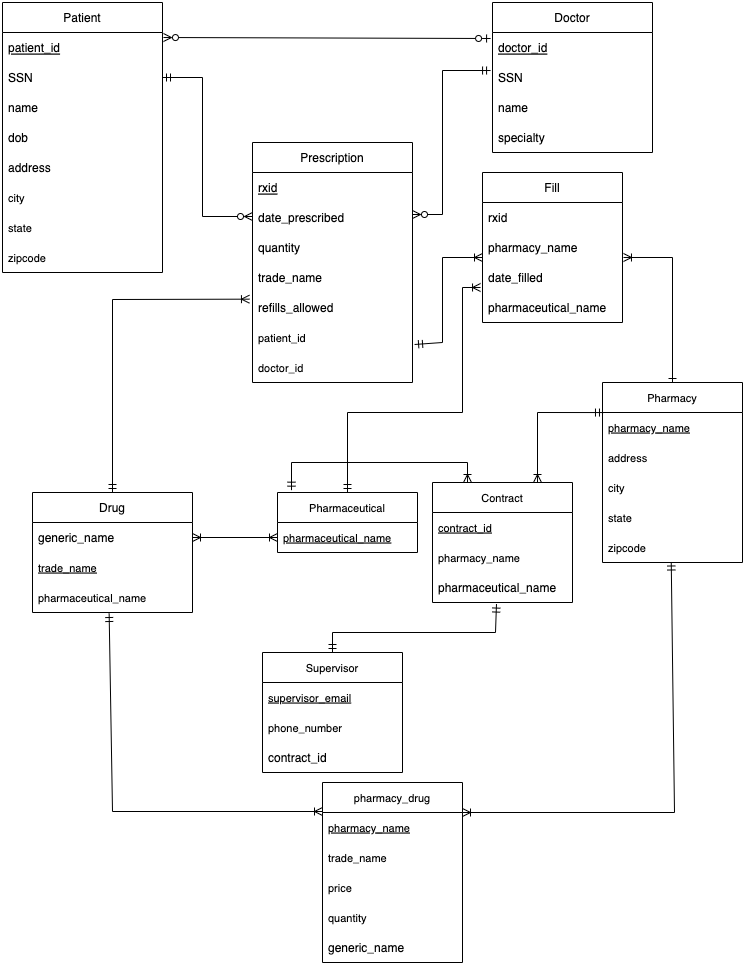
Above: P1Project.drawio.png in mattf4171/pharmaceuticalDB (draw.io), before the change. Source tidied: cells renumbered, new cells last; positions are measured from the earlier drawing's top-left corner, leaving out a move shared by most shapes. The source it was exported from:
```xml
<mxGraphModel>
  <root>
    <mxCell id="0" />
    <mxCell id="1" parent="0" />
    <mxCell id="2" value="Patient" style="swimlane;fontStyle=0;horizontal=1;startSize=30;" parent="1" vertex="1">
      <mxGeometry width="160" height="270" as="geometry" />
    </mxCell>
    <mxCell id="3" value="patient_id" style="text;strokeColor=none;fillColor=none;align=left;verticalAlign=middle;spacingLeft=4;spacingRight=4;overflow=hidden;points=[[0,0.5],[1,0.5]];portConstraint=eastwest;fontStyle=4;" parent="2" vertex="1">
      <mxGeometry y="30" width="160" height="30" as="geometry" />
    </mxCell>
    <mxCell id="4" value="SSN" style="text;strokeColor=none;fillColor=none;align=left;verticalAlign=middle;spacingLeft=4;spacingRight=4;overflow=hidden;points=[[0,0.5],[1,0.5]];portConstraint=eastwest;" parent="2" vertex="1">
      <mxGeometry y="60" width="160" height="30" as="geometry" />
    </mxCell>
    <mxCell id="5" value="name" style="text;strokeColor=none;fillColor=none;align=left;verticalAlign=middle;spacingLeft=4;spacingRight=4;overflow=hidden;" parent="2" vertex="1">
      <mxGeometry y="90" width="160" height="30" as="geometry" />
    </mxCell>
    <mxCell id="6" value="dob" style="text;strokeColor=none;fillColor=none;align=left;verticalAlign=middle;spacingLeft=4;spacingRight=4;overflow=hidden;" parent="2" vertex="1">
      <mxGeometry y="120" width="160" height="30" as="geometry" />
    </mxCell>
    <mxCell id="7" value="address" style="text;strokeColor=none;fillColor=none;align=left;verticalAlign=middle;spacingLeft=4;spacingRight=4;overflow=hidden;fontStyle=0;" parent="2" vertex="1">
      <mxGeometry y="150" width="160" height="30" as="geometry" />
    </mxCell>
    <mxCell id="8" value="city" style="text;strokeColor=none;fillColor=none;align=left;verticalAlign=middle;spacingLeft=4;spacingRight=4;overflow=hidden;fontSize=11;" parent="2" vertex="1">
      <mxGeometry y="180" width="160" height="30" as="geometry" />
    </mxCell>
    <mxCell id="9" value="state" style="text;strokeColor=none;fillColor=none;align=left;verticalAlign=middle;spacingLeft=4;spacingRight=4;overflow=hidden;fontSize=11;" parent="2" vertex="1">
      <mxGeometry y="210" width="160" height="30" as="geometry" />
    </mxCell>
    <mxCell id="10" value="zipcode" style="text;strokeColor=none;fillColor=none;align=left;verticalAlign=middle;spacingLeft=4;spacingRight=4;overflow=hidden;fontSize=11;" parent="2" vertex="1">
      <mxGeometry y="240" width="160" height="30" as="geometry" />
    </mxCell>
    <mxCell id="11" value="Doctor" style="swimlane;fontStyle=0;horizontal=1;startSize=30;" parent="1" vertex="1">
      <mxGeometry x="490" width="160" height="150" as="geometry" />
    </mxCell>
    <mxCell id="12" value="doctor_id" style="text;strokeColor=none;fillColor=none;align=left;verticalAlign=middle;spacingLeft=4;spacingRight=4;overflow=hidden;points=[[0,0.5],[1,0.5]];portConstraint=eastwest;fontStyle=4;" parent="11" vertex="1">
      <mxGeometry y="30" width="160" height="30" as="geometry" />
    </mxCell>
    <mxCell id="13" value="SSN" style="text;strokeColor=none;fillColor=none;align=left;verticalAlign=middle;spacingLeft=4;spacingRight=4;overflow=hidden;points=[[0,0.5],[1,0.5]];portConstraint=eastwest;" parent="11" vertex="1">
      <mxGeometry y="60" width="160" height="30" as="geometry" />
    </mxCell>
    <mxCell id="14" value="name" style="text;strokeColor=none;fillColor=none;align=left;verticalAlign=middle;spacingLeft=4;spacingRight=4;overflow=hidden;" parent="11" vertex="1">
      <mxGeometry y="90" width="160" height="30" as="geometry" />
    </mxCell>
    <mxCell id="15" value="specialty" style="text;strokeColor=none;fillColor=none;align=left;verticalAlign=middle;spacingLeft=4;spacingRight=4;overflow=hidden;" parent="11" vertex="1">
      <mxGeometry y="120" width="160" height="30" as="geometry" />
    </mxCell>
    <mxCell id="16" style="endArrow=ERzeroToOne;html=1;rounded=0;exitX=1.006;exitY=0.167;exitDx=0;exitDy=0;exitPerimeter=0;entryX=-0.012;entryY=0.2;entryDx=0;entryDy=0;entryPerimeter=0;endFill=0;startArrow=ERzeroToMany;startFill=0;" parent="1" edge="1" source="3" target="12">
      <mxGeometry relative="1" as="geometry" />
    </mxCell>
    <mxCell id="17" value="Prescription" style="swimlane;fontStyle=0;horizontal=1;startSize=30;" parent="1" vertex="1">
      <mxGeometry x="250" y="140" width="160" height="240" as="geometry" />
    </mxCell>
    <mxCell id="18" value="rxid" style="text;strokeColor=none;fillColor=none;align=left;verticalAlign=middle;spacingLeft=4;spacingRight=4;overflow=hidden;fontStyle=4;" parent="17" vertex="1">
      <mxGeometry y="30" width="160" height="30" as="geometry" />
    </mxCell>
    <mxCell id="19" value="date_prescribed" style="text;strokeColor=none;fillColor=none;align=left;verticalAlign=middle;spacingLeft=4;spacingRight=4;overflow=hidden;" parent="17" vertex="1">
      <mxGeometry y="60" width="160" height="30" as="geometry" />
    </mxCell>
    <mxCell id="20" value="quantity" style="text;strokeColor=none;fillColor=none;align=left;verticalAlign=middle;spacingLeft=4;spacingRight=4;overflow=hidden;" parent="17" vertex="1">
      <mxGeometry y="90" width="160" height="30" as="geometry" />
    </mxCell>
    <mxCell id="21" value="trade_name" style="text;strokeColor=none;fillColor=none;align=left;verticalAlign=middle;spacingLeft=4;spacingRight=4;overflow=hidden;fontStyle=0;" parent="17" vertex="1">
      <mxGeometry y="120" width="160" height="30" as="geometry" />
    </mxCell>
    <mxCell id="22" value="refills_allowed" style="text;strokeColor=none;fillColor=none;align=left;verticalAlign=middle;spacingLeft=4;spacingRight=4;overflow=hidden;points=[[0,0.5],[1,0.5]];portConstraint=eastwest;" parent="17" vertex="1">
      <mxGeometry y="150" width="160" height="30" as="geometry" />
    </mxCell>
    <mxCell id="23" value="patient_id" style="text;strokeColor=none;fillColor=none;align=left;verticalAlign=middle;spacingLeft=4;spacingRight=4;overflow=hidden;points=[[0,0.5],[1,0.5]];portConstraint=eastwest;fontSize=11;" parent="17" vertex="1">
      <mxGeometry y="180" width="160" height="30" as="geometry" />
    </mxCell>
    <mxCell id="24" value="doctor_id" style="text;strokeColor=none;fillColor=none;align=left;verticalAlign=middle;spacingLeft=4;spacingRight=4;overflow=hidden;fontSize=11;" parent="17" vertex="1">
      <mxGeometry y="210" width="160" height="30" as="geometry" />
    </mxCell>
    <mxCell id="25" value="Drug" style="swimlane;fontStyle=0;horizontal=1;startSize=30;" parent="1" vertex="1">
      <mxGeometry x="30" y="490" width="160" height="120" as="geometry" />
    </mxCell>
    <mxCell id="26" value="generic_name" style="text;strokeColor=none;fillColor=none;align=left;verticalAlign=middle;spacingLeft=4;spacingRight=4;overflow=hidden;points=[[0,0.5],[1,0.5]];portConstraint=eastwest;fontStyle=0;" parent="25" vertex="1">
      <mxGeometry y="30" width="160" height="30" as="geometry" />
    </mxCell>
    <mxCell id="27" value="trade_name" style="text;strokeColor=none;fillColor=none;align=left;verticalAlign=middle;spacingLeft=4;spacingRight=4;overflow=hidden;fontSize=11;fontStyle=4;" parent="25" vertex="1">
      <mxGeometry y="60" width="160" height="30" as="geometry" />
    </mxCell>
    <mxCell id="28" value="pharmaceutical_name" style="text;strokeColor=none;fillColor=none;align=left;verticalAlign=middle;spacingLeft=4;spacingRight=4;overflow=hidden;points=[[0,0.5],[1,0.5]];portConstraint=eastwest;fontSize=11;" parent="25" vertex="1">
      <mxGeometry y="90" width="160" height="30" as="geometry" />
    </mxCell>
    <mxCell id="29" style="endArrow=ERmandOne;html=1;rounded=0;entryX=1;entryY=0.5;entryDx=0;entryDy=0;endFill=0;startArrow=ERzeroToMany;startFill=0;" parent="1" edge="1" target="4">
      <mxGeometry relative="1" as="geometry">
        <mxPoint x="250" y="214" as="sourcePoint" />
        <Array as="points">
          <mxPoint x="200" y="214" />
          <mxPoint x="200" y="75" />
        </Array>
      </mxGeometry>
    </mxCell>
    <mxCell id="30" style="endArrow=ERmandOne;html=1;rounded=0;entryX=-0.012;entryY=0.267;entryDx=0;entryDy=0;endFill=0;startArrow=ERzeroToMany;startFill=0;entryPerimeter=0;" parent="1" edge="1" target="13">
      <mxGeometry relative="1" as="geometry">
        <mxPoint x="410" y="212" as="sourcePoint" />
        <Array as="points">
          <mxPoint x="440" y="212" />
          <mxPoint x="440" y="68" />
        </Array>
      </mxGeometry>
    </mxCell>
    <mxCell id="31" value="Pharmacy" style="swimlane;fontStyle=0;horizontal=1;startSize=30;fontSize=11;" parent="1" vertex="1">
      <mxGeometry x="600" y="380" width="140" height="180" as="geometry" />
    </mxCell>
    <mxCell id="32" value="pharmacy_name" style="text;strokeColor=none;fillColor=none;align=left;verticalAlign=middle;spacingLeft=4;spacingRight=4;overflow=hidden;fontSize=11;fontStyle=4;" parent="31" vertex="1">
      <mxGeometry y="30" width="140" height="30" as="geometry" />
    </mxCell>
    <mxCell id="33" value="address" style="text;strokeColor=none;fillColor=none;align=left;verticalAlign=middle;spacingLeft=4;spacingRight=4;overflow=hidden;fontSize=11;" parent="31" vertex="1">
      <mxGeometry y="60" width="140" height="30" as="geometry" />
    </mxCell>
    <mxCell id="34" value="city" style="text;strokeColor=none;fillColor=none;align=left;verticalAlign=middle;spacingLeft=4;spacingRight=4;overflow=hidden;fontSize=11;" parent="31" vertex="1">
      <mxGeometry y="90" width="140" height="30" as="geometry" />
    </mxCell>
    <mxCell id="35" value="state" style="text;strokeColor=none;fillColor=none;align=left;verticalAlign=middle;spacingLeft=4;spacingRight=4;overflow=hidden;fontSize=11;" parent="31" vertex="1">
      <mxGeometry y="120" width="140" height="30" as="geometry" />
    </mxCell>
    <mxCell id="36" value="zipcode" style="text;strokeColor=none;fillColor=none;align=left;verticalAlign=middle;spacingLeft=4;spacingRight=4;overflow=hidden;points=[[0,0.5],[1,0.5]];portConstraint=eastwest;fontSize=11;" parent="31" vertex="1">
      <mxGeometry y="150" width="140" height="30" as="geometry" />
    </mxCell>
    <mxCell id="37" value="Pharmaceutical" style="swimlane;fontStyle=0;horizontal=1;startSize=30;fontSize=11;" parent="1" vertex="1">
      <mxGeometry x="275" y="490" width="140" height="60" as="geometry" />
    </mxCell>
    <mxCell id="38" value="pharmaceutical_name" style="text;strokeColor=none;fillColor=none;align=left;verticalAlign=middle;spacingLeft=4;spacingRight=4;overflow=hidden;points=[[0,0.5],[1,0.5]];portConstraint=eastwest;fontSize=11;fontStyle=4;" parent="37" vertex="1">
      <mxGeometry y="30" width="140" height="30" as="geometry" />
    </mxCell>
    <mxCell id="39" value="Supervisor" style="swimlane;fontStyle=0;horizontal=1;startSize=30;fontSize=11;" parent="1" vertex="1">
      <mxGeometry x="260" y="650" width="140" height="120" as="geometry" />
    </mxCell>
    <mxCell id="40" value="supervisor_email" style="text;strokeColor=none;fillColor=none;align=left;verticalAlign=middle;spacingLeft=4;spacingRight=4;overflow=hidden;fontSize=11;fontStyle=4;" parent="39" vertex="1">
      <mxGeometry y="30" width="140" height="30" as="geometry" />
    </mxCell>
    <mxCell id="41" value="phone_number" style="text;strokeColor=none;fillColor=none;align=left;verticalAlign=middle;spacingLeft=4;spacingRight=4;overflow=hidden;fontSize=11;" parent="39" vertex="1">
      <mxGeometry y="60" width="140" height="30" as="geometry" />
    </mxCell>
    <mxCell id="42" value="contract_id" style="text;strokeColor=none;fillColor=none;align=left;verticalAlign=middle;spacingLeft=4;spacingRight=4;overflow=hidden;" parent="39" vertex="1">
      <mxGeometry y="90" width="140" height="30" as="geometry" />
    </mxCell>
    <mxCell id="43" style="endArrow=ERmandOne;html=1;rounded=0;fontSize=11;entryX=0.5;entryY=0;entryDx=0;entryDy=0;endFill=0;exitX=0.457;exitY=1.052;exitDx=0;exitDy=0;exitPerimeter=0;startArrow=ERmandOne;startFill=0;" parent="1" edge="1" source="57" target="39">
      <mxGeometry relative="1" as="geometry">
        <Array as="points">
          <mxPoint x="493" y="630" />
          <mxPoint x="330" y="630" />
        </Array>
      </mxGeometry>
    </mxCell>
    <mxCell id="44" value="pharmacy_drug" style="swimlane;fontStyle=0;horizontal=1;startSize=30;fontSize=11;" parent="1" vertex="1">
      <mxGeometry x="320" y="780" width="140" height="180" as="geometry" />
    </mxCell>
    <mxCell id="45" value="pharmacy_name" style="text;strokeColor=none;fillColor=none;align=left;verticalAlign=middle;spacingLeft=4;spacingRight=4;overflow=hidden;fontSize=11;fontStyle=4;" parent="44" vertex="1">
      <mxGeometry y="30" width="140" height="30" as="geometry" />
    </mxCell>
    <mxCell id="46" value="trade_name" style="text;strokeColor=none;fillColor=none;align=left;verticalAlign=middle;spacingLeft=4;spacingRight=4;overflow=hidden;fontSize=11;fontStyle=0;" parent="44" vertex="1">
      <mxGeometry y="60" width="140" height="30" as="geometry" />
    </mxCell>
    <mxCell id="47" value="price" style="text;strokeColor=none;fillColor=none;align=left;verticalAlign=middle;spacingLeft=4;spacingRight=4;overflow=hidden;fontSize=11;" parent="44" vertex="1">
      <mxGeometry y="90" width="140" height="30" as="geometry" />
    </mxCell>
    <mxCell id="48" value="quantity" style="text;strokeColor=none;fillColor=none;align=left;verticalAlign=middle;spacingLeft=4;spacingRight=4;overflow=hidden;fontSize=11;" parent="44" vertex="1">
      <mxGeometry y="120" width="140" height="30" as="geometry" />
    </mxCell>
    <mxCell id="49" value="generic_name" style="text;strokeColor=none;fillColor=none;align=left;verticalAlign=middle;spacingLeft=4;spacingRight=4;overflow=hidden;" parent="44" vertex="1">
      <mxGeometry y="150" width="140" height="30" as="geometry" />
    </mxCell>
    <mxCell id="50" style="endArrow=ERoneToMany;html=1;rounded=0;fontSize=11;endFill=0;startArrow=ERmandOne;startFill=0;exitX=0.479;exitY=1.034;exitDx=0;exitDy=0;exitPerimeter=0;" parent="1" edge="1" source="28">
      <mxGeometry relative="1" as="geometry">
        <mxPoint x="320" y="809" as="targetPoint" />
        <Array as="points">
          <mxPoint x="110" y="809" />
        </Array>
      </mxGeometry>
    </mxCell>
    <mxCell id="51" style="endArrow=ERmandOne;html=1;rounded=0;fontSize=11;endFill=0;startArrow=ERoneToMany;startFill=0;entryX=0.491;entryY=0.983;entryDx=0;entryDy=0;entryPerimeter=0;" parent="1" edge="1" target="36">
      <mxGeometry relative="1" as="geometry">
        <mxPoint x="460" y="810" as="sourcePoint" />
        <Array as="points">
          <mxPoint x="672" y="810" />
        </Array>
      </mxGeometry>
    </mxCell>
    <mxCell id="52" style="endArrow=ERone;html=1;rounded=0;fontSize=11;exitX=1.007;exitY=0.833;exitDx=0;exitDy=0;entryX=0.5;entryY=0;entryDx=0;entryDy=0;endFill=0;startArrow=ERoneToMany;startFill=0;exitPerimeter=0;" parent="1" edge="1" source="63" target="31">
      <mxGeometry relative="1" as="geometry">
        <Array as="points">
          <mxPoint x="670" y="255" />
        </Array>
      </mxGeometry>
    </mxCell>
    <mxCell id="53" style="endArrow=ERoneToMany;html=1;rounded=0;fontSize=11;entryX=-0.019;entryY=0.222;entryDx=0;entryDy=0;entryPerimeter=0;exitX=0.5;exitY=0;exitDx=0;exitDy=0;endFill=0;startArrow=ERmandOne;startFill=0;" parent="1" edge="1" source="25" target="22">
      <mxGeometry relative="1" as="geometry">
        <Array as="points">
          <mxPoint x="110" y="297" />
        </Array>
      </mxGeometry>
    </mxCell>
    <mxCell id="54" value="Contract" style="swimlane;fontStyle=0;horizontal=1;startSize=30;fontSize=11;" parent="1" vertex="1">
      <mxGeometry x="430" y="480" width="140" height="120" as="geometry" />
    </mxCell>
    <mxCell id="55" value="contract_id" style="text;strokeColor=none;fillColor=none;align=left;verticalAlign=middle;spacingLeft=4;spacingRight=4;overflow=hidden;fontSize=11;fontStyle=4;" parent="54" vertex="1">
      <mxGeometry y="30" width="140" height="30" as="geometry" />
    </mxCell>
    <mxCell id="56" value="pharmacy_name" style="text;strokeColor=none;fillColor=none;align=left;verticalAlign=middle;spacingLeft=4;spacingRight=4;overflow=hidden;fontSize=11;" parent="54" vertex="1">
      <mxGeometry y="60" width="140" height="30" as="geometry" />
    </mxCell>
    <mxCell id="57" value="pharmaceutical_name" style="text;strokeColor=none;fillColor=none;align=left;verticalAlign=middle;spacingLeft=4;spacingRight=4;overflow=hidden;points=[[0,0.5],[1,0.5]];portConstraint=eastwest;" parent="54" vertex="1">
      <mxGeometry y="90" width="140" height="30" as="geometry" />
    </mxCell>
    <mxCell id="58" style="endArrow=ERoneToMany;html=1;rounded=0;fontSize=11;entryX=0.75;entryY=0;entryDx=0;entryDy=0;endFill=0;startArrow=ERmandOne;startFill=0;exitX=0.007;exitY=0.167;exitDx=0;exitDy=0;exitPerimeter=0;" parent="1" edge="1" source="31" target="54">
      <mxGeometry relative="1" as="geometry">
        <Array as="points">
          <mxPoint x="535" y="410" />
        </Array>
      </mxGeometry>
    </mxCell>
    <mxCell id="59" style="endArrow=ERmandOne;html=1;rounded=0;fontSize=11;exitX=0.25;exitY=0;exitDx=0;exitDy=0;startArrow=ERoneToMany;startFill=0;endFill=0;entryX=0.1;entryY=-0.039;entryDx=0;entryDy=0;entryPerimeter=0;" parent="1" edge="1" source="54" target="37">
      <mxGeometry relative="1" as="geometry">
        <Array as="points">
          <mxPoint x="465" y="460" />
          <mxPoint x="289" y="460" />
        </Array>
      </mxGeometry>
    </mxCell>
    <mxCell id="60" style="endArrow=ERoneToMany;html=1;rounded=0;fontSize=11;exitX=1;exitY=0.5;exitDx=0;exitDy=0;entryX=0;entryY=0.5;entryDx=0;entryDy=0;endFill=0;startArrow=ERoneToMany;startFill=0;" parent="1" edge="1" source="26" target="38">
      <mxGeometry relative="1" as="geometry" />
    </mxCell>
    <mxCell id="61" value="Fill" style="swimlane;fontStyle=0;horizontal=1;startSize=30;" parent="1" vertex="1">
      <mxGeometry x="480" y="170" width="140" height="150" as="geometry" />
    </mxCell>
    <mxCell id="62" value="rxid" style="text;strokeColor=none;fillColor=none;align=left;verticalAlign=middle;spacingLeft=4;spacingRight=4;overflow=hidden;fontStyle=0;" parent="61" vertex="1">
      <mxGeometry y="30" width="140" height="30" as="geometry" />
    </mxCell>
    <mxCell id="63" value="pharmacy_name" style="text;strokeColor=none;fillColor=none;align=left;verticalAlign=middle;spacingLeft=4;spacingRight=4;overflow=hidden;points=[[0,0.5],[1,0.5]];portConstraint=eastwest;" parent="61" vertex="1">
      <mxGeometry y="60" width="140" height="30" as="geometry" />
    </mxCell>
    <mxCell id="64" value="date_filled" style="text;strokeColor=none;fillColor=none;align=left;verticalAlign=middle;spacingLeft=4;spacingRight=4;overflow=hidden;" parent="61" vertex="1">
      <mxGeometry y="90" width="140" height="30" as="geometry" />
    </mxCell>
    <mxCell id="65" value="pharmaceutical_name" style="text;strokeColor=none;fillColor=none;align=left;verticalAlign=middle;spacingLeft=4;spacingRight=4;overflow=hidden;fontStyle=0;" parent="61" vertex="1">
      <mxGeometry y="120" width="140" height="30" as="geometry" />
    </mxCell>
    <mxCell id="66" style="endArrow=ERoneToMany;html=1;rounded=0;startArrow=ERmandOne;startFill=0;endFill=0;exitX=1.013;exitY=0.733;exitDx=0;exitDy=0;exitPerimeter=0;" parent="1" edge="1" source="23">
      <mxGeometry relative="1" as="geometry">
        <mxPoint x="480" y="255" as="targetPoint" />
        <Array as="points">
          <mxPoint x="440" y="340" />
          <mxPoint x="440" y="255" />
        </Array>
      </mxGeometry>
    </mxCell>
    <mxCell id="67" style="endArrow=ERoneToMany;html=1;rounded=0;exitX=0.5;exitY=0;exitDx=0;exitDy=0;entryX=-0.014;entryY=0.833;entryDx=0;entryDy=0;endFill=0;startArrow=ERmandOne;startFill=0;entryPerimeter=0;" parent="1" edge="1" source="37">
      <mxGeometry relative="1" as="geometry">
        <mxPoint x="478" y="285" as="targetPoint" />
        <Array as="points">
          <mxPoint x="345" y="410" />
          <mxPoint x="460" y="410" />
          <mxPoint x="460" y="285" />
        </Array>
      </mxGeometry>
    </mxCell>
  </root>
</mxGraphModel>
```
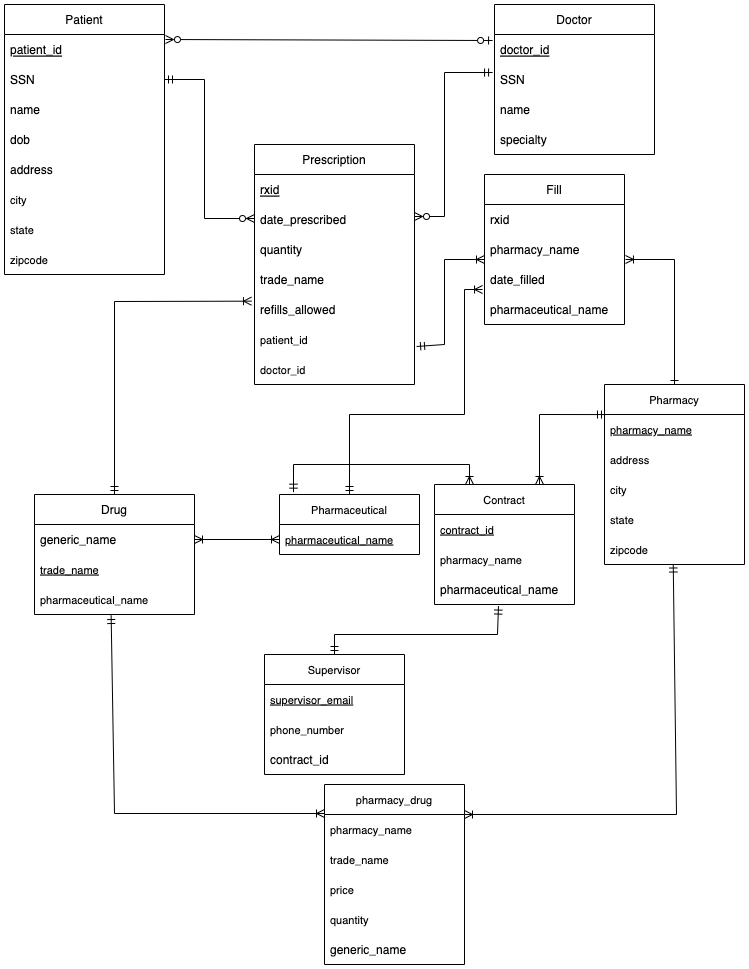
After the change.

What changed in the source:
```diff
@@ -148,7 +148,7 @@
     <mxCell id="44" value="pharmacy_drug" style="swimlane;fontStyle=0;horizontal=1;startSize=30;fontSize=11;" parent="1" vertex="1">
       <mxGeometry x="320" y="780" width="140" height="180" as="geometry" />
     </mxCell>
-    <mxCell id="45" value="pharmacy_name" style="text;strokeColor=none;fillColor=none;align=left;verticalAlign=middle;spacingLeft=4;spacingRight=4;overflow=hidden;fontSize=11;fontStyle=4;" parent="44" vertex="1">
+    <mxCell id="45" value="pharmacy_name" style="text;strokeColor=none;fillColor=none;align=left;verticalAlign=middle;spacingLeft=4;spacingRight=4;overflow=hidden;fontSize=11;fontStyle=0;" parent="44" vertex="1">
       <mxGeometry y="30" width="140" height="30" as="geometry" />
     </mxCell>
     <mxCell id="46" value="trade_name" style="text;strokeColor=none;fillColor=none;align=left;verticalAlign=middle;spacingLeft=4;spacingRight=4;overflow=hidden;fontSize=11;fontStyle=0;" parent="44" vertex="1">
```
